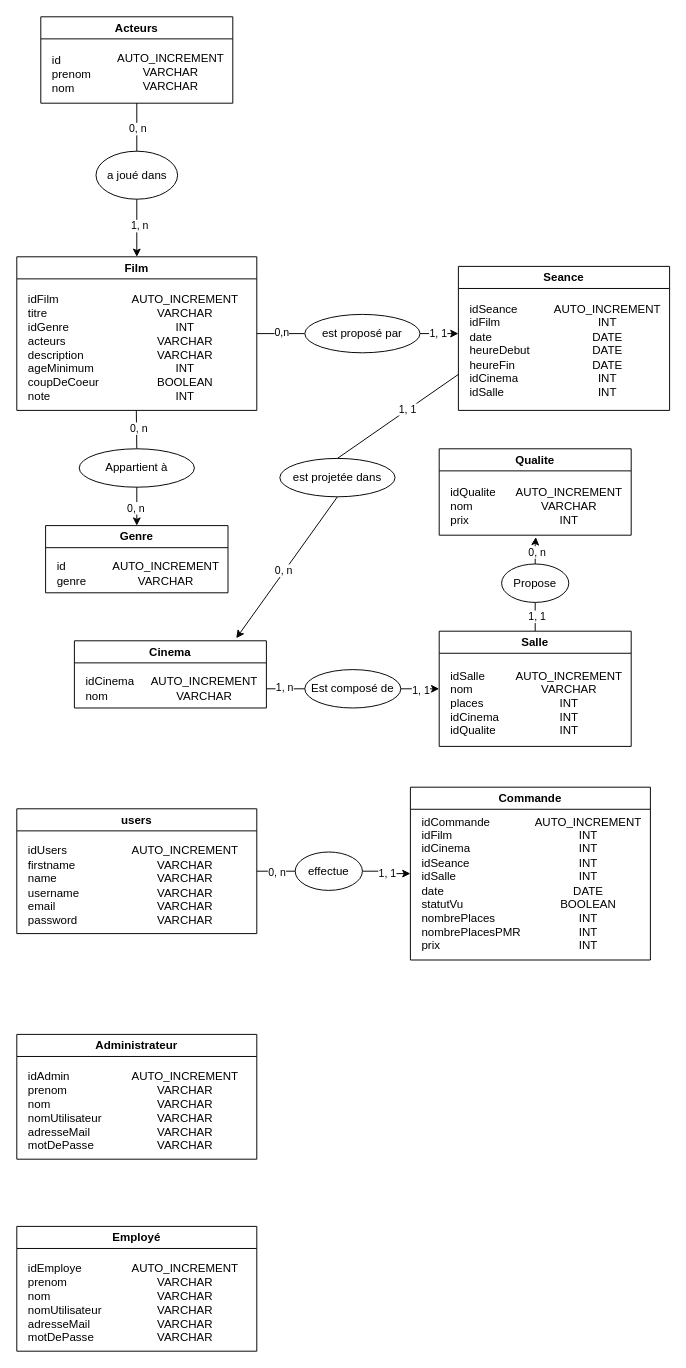
This is MCD.drawio from Thifanie/cinephoria, a draw.io file, before an edit. Source tidied: cells renumbered, new cells numbered last; positions are measured from the earlier drawing's top-left corner, leaving out a move shared by most shapes. Both pictures are drawn from the tidied source at 96%, with x=0, y=0 at pixel (16, 16).
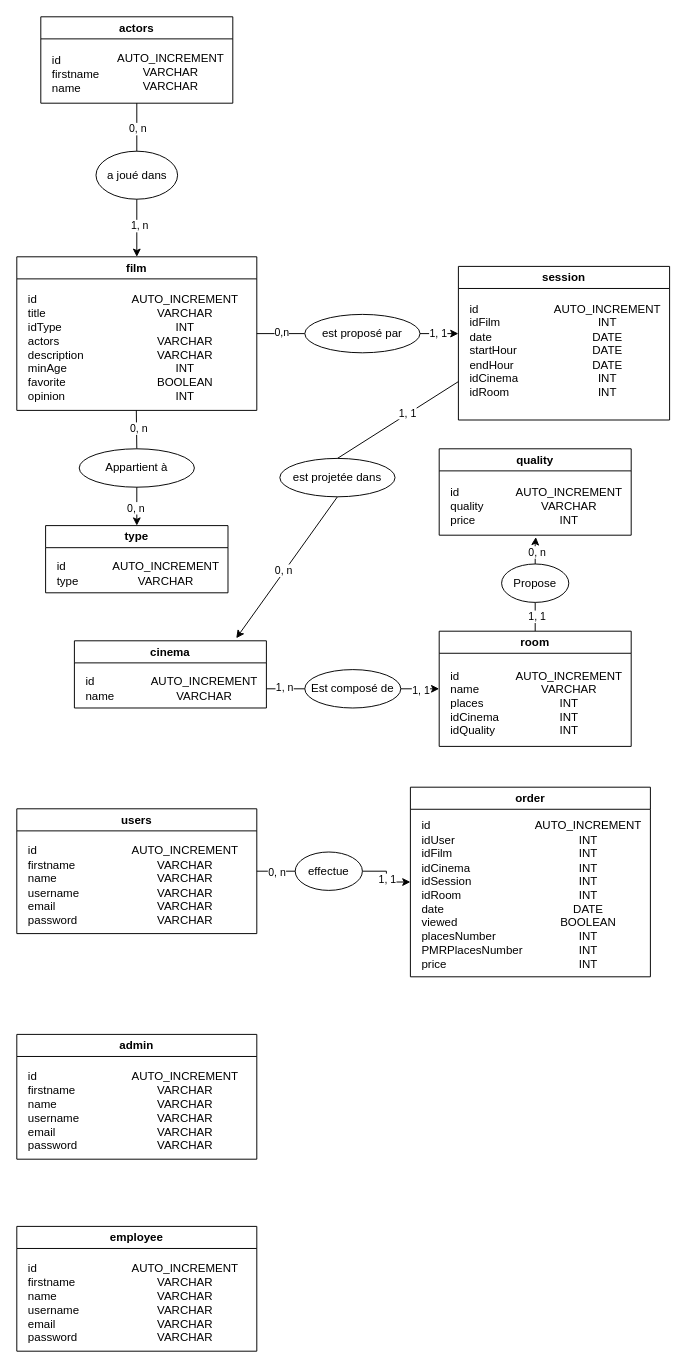
The same page after the edit.

Commit message:
Mettre à jour MCD.drawio

Unchanged cells that the change refers to:
```xml
<mxCell id="4" value="users" style="swimlane;whiteSpace=wrap;html=1;fillColor=#FFFFFF;gradientColor=none;swimlaneLine=1;rounded=0;shadow=0;glass=0;startSize=23;" parent="1" vertex="1">
  <mxGeometry y="825" width="250" height="130" as="geometry" />
</mxCell>
```

Change to the diagram source:
```diff
@@
-    <mxCell id="6" value="idUsers&lt;div&gt;firstname&lt;div&gt;name&lt;/div&gt;&lt;/div&gt;&lt;div style=&quot;&quot;&gt;username&lt;/div&gt;&lt;div&gt;email&lt;/div&gt;&lt;div&gt;password&lt;/div&gt;" style="text;html=1;align=left;verticalAlign=middle;strokeColor=none;fillColor=none;" parent="4" vertex="1">
+    <mxCell id="6" value="id&lt;div&gt;firstname&lt;div&gt;name&lt;/div&gt;&lt;/div&gt;&lt;div style=&quot;&quot;&gt;username&lt;/div&gt;&lt;div&gt;email&lt;/div&gt;&lt;div&gt;password&lt;/div&gt;" style="text;html=1;align=left;verticalAlign=middle;strokeColor=none;fillColor=none;" parent="4" vertex="1">
       <mxGeometry x="10" y="30" width="80" height="100" as="geometry" />
     </mxCell>
@@
-    <mxCell id="9" value="Film" style="swimlane;whiteSpace=wrap;html=1;fillColor=#FFFFFF;gradientColor=none;swimlaneLine=1;rounded=0;shadow=0;glass=0;" parent="1" vertex="1">
+    <mxCell id="9" value="film" style="swimlane;whiteSpace=wrap;html=1;fillColor=#FFFFFF;gradientColor=none;swimlaneLine=1;rounded=0;shadow=0;glass=0;startSize=23;" parent="1" vertex="1">
       <mxGeometry y="250" width="250" height="160" as="geometry" />
     </mxCell>
@@
-    <mxCell id="11" value="idFilm&lt;div&gt;titre&lt;div&gt;idGenre&lt;/div&gt;&lt;/div&gt;&lt;div style=&quot;&quot;&gt;acteurs&lt;/div&gt;&lt;div&gt;description&lt;/div&gt;&lt;div&gt;ageMinimum&lt;/div&gt;&lt;div&gt;coupDeCoeur&lt;/div&gt;&lt;div&gt;note&lt;/div&gt;" style="text;html=1;align=left;verticalAlign=middle;strokeColor=none;fillColor=none;" parent="9" vertex="1">
-      <mxGeometry x="10" y="30" width="100" height="130" as="geometry" />
+    <mxCell id="11" value="id&lt;div&gt;title&lt;div&gt;idType&lt;/div&gt;&lt;/div&gt;&lt;div style=&quot;&quot;&gt;actors&lt;/div&gt;&lt;div&gt;description&lt;/div&gt;&lt;div&gt;minAge&lt;/div&gt;&lt;div&gt;favorite&lt;/div&gt;&lt;div&gt;opinion&lt;/div&gt;" style="text;html=1;align=left;verticalAlign=middle;strokeColor=none;fillColor=none;" parent="9" vertex="1">
+      <mxGeometry x="10" y="30" width="80" height="130" as="geometry" />
     </mxCell>
@@
-    <mxCell id="14" value="Seance" style="swimlane;whiteSpace=wrap;html=1;fillColor=#FFFFFF;gradientColor=none;swimlaneLine=1;rounded=0;shadow=0;glass=0;" parent="1" vertex="1">
-      <mxGeometry x="460" y="260" width="220" height="150" as="geometry" />
+    <mxCell id="14" value="session" style="swimlane;whiteSpace=wrap;html=1;fillColor=#FFFFFF;gradientColor=none;swimlaneLine=1;rounded=0;shadow=0;glass=0;" parent="1" vertex="1">
+      <mxGeometry x="460" y="260" width="220" height="160" as="geometry" />
     </mxCell>
@@
-    <mxCell id="16" value="idSeance&lt;div&gt;idFilm&lt;br&gt;&lt;div&gt;date&lt;/div&gt;&lt;/div&gt;&lt;div style=&quot;&quot;&gt;heureDebut&lt;/div&gt;&lt;div&gt;heureFin&lt;/div&gt;&lt;div&gt;idCinema&lt;/div&gt;&lt;div&gt;idSalle&lt;/div&gt;&lt;div&gt;&lt;br&gt;&lt;/div&gt;" style="text;html=1;align=left;verticalAlign=middle;strokeColor=none;fillColor=none;" parent="14" vertex="1">
-      <mxGeometry x="10" y="30" width="90" height="130" as="geometry" />
+    <mxCell id="16" value="id&lt;div&gt;idFilm&lt;br&gt;&lt;div&gt;date&lt;/div&gt;&lt;/div&gt;&lt;div style=&quot;&quot;&gt;startHour&lt;/div&gt;&lt;div&gt;endHour&lt;/div&gt;&lt;div&gt;idCinema&lt;/div&gt;&lt;div&gt;idRoom&lt;/div&gt;&lt;div&gt;&lt;br&gt;&lt;/div&gt;" style="text;html=1;align=left;verticalAlign=middle;strokeColor=none;fillColor=none;" parent="14" vertex="1">
+      <mxGeometry x="10" y="30" width="70" height="130" as="geometry" />
     </mxCell>
@@
-    <mxCell id="22" value="Salle" style="swimlane;whiteSpace=wrap;html=1;fillColor=#FFFFFF;gradientColor=none;swimlaneLine=1;rounded=0;shadow=0;glass=0;" parent="1" vertex="1">
+    <mxCell id="22" value="room" style="swimlane;whiteSpace=wrap;html=1;fillColor=#FFFFFF;gradientColor=none;swimlaneLine=1;rounded=0;shadow=0;glass=0;" parent="1" vertex="1">
       <mxGeometry x="440" y="640" width="200" height="120" as="geometry" />
     </mxCell>
@@
-    <mxCell id="24" value="idSalle&lt;div&gt;nom&lt;br&gt;&lt;div&gt;places&lt;/div&gt;&lt;/div&gt;&lt;div&gt;idCinema&lt;/div&gt;&lt;div&gt;idQualite&lt;/div&gt;" style="text;html=1;align=left;verticalAlign=middle;strokeColor=none;fillColor=none;" parent="22" vertex="1">
+    <mxCell id="24" value="id&lt;div&gt;name&lt;br&gt;&lt;div&gt;places&lt;/div&gt;&lt;/div&gt;&lt;div&gt;idCinema&lt;/div&gt;&lt;div&gt;idQuality&lt;/div&gt;" style="text;html=1;align=left;verticalAlign=middle;strokeColor=none;fillColor=none;" parent="22" vertex="1">
       <mxGeometry x="10" y="30" width="70" height="90" as="geometry" />
     </mxCell>
-    <mxCell id="25" value="Qualite" style="swimlane;whiteSpace=wrap;html=1;fillColor=#FFFFFF;gradientColor=none;swimlaneLine=1;rounded=0;shadow=0;glass=0;" parent="1" vertex="1">
+    <mxCell id="25" value="quality" style="swimlane;whiteSpace=wrap;html=1;fillColor=#FFFFFF;gradientColor=none;swimlaneLine=1;rounded=0;shadow=0;glass=0;" parent="1" vertex="1">
       <mxGeometry x="440" y="450" width="200" height="90" as="geometry" />
     </mxCell>
@@
-    <mxCell id="27" value="idQualite&lt;div&gt;nom&lt;br&gt;&lt;div&gt;prix&lt;/div&gt;&lt;/div&gt;" style="text;html=1;align=left;verticalAlign=middle;strokeColor=none;fillColor=none;" parent="25" vertex="1">
-      <mxGeometry x="10" y="30" width="70" height="60" as="geometry" />
+    <mxCell id="27" value="id&lt;div&gt;quality&lt;br&gt;&lt;div&gt;price&lt;/div&gt;&lt;/div&gt;" style="text;html=1;align=left;verticalAlign=middle;strokeColor=none;fillColor=none;" parent="25" vertex="1">
+      <mxGeometry x="10" y="30" width="60" height="60" as="geometry" />
     </mxCell>
-    <mxCell id="28" value="Cinema" style="swimlane;whiteSpace=wrap;html=1;fillColor=#FFFFFF;gradientColor=none;swimlaneLine=1;rounded=0;shadow=0;glass=0;" parent="1" vertex="1">
+    <mxCell id="28" value="cinema" style="swimlane;whiteSpace=wrap;html=1;fillColor=#FFFFFF;gradientColor=none;swimlaneLine=1;rounded=0;shadow=0;glass=0;" parent="1" vertex="1">
       <mxGeometry x="60" y="650" width="200" height="70" as="geometry" />
     </mxCell>
@@
-    <mxCell id="30" value="idCinema&lt;div&gt;nom&lt;/div&gt;" style="text;html=1;align=left;verticalAlign=middle;strokeColor=none;fillColor=none;" parent="28" vertex="1">
-      <mxGeometry x="10" y="30" width="70" height="40" as="geometry" />
+    <mxCell id="30" value="id&lt;div&gt;name&lt;/div&gt;" style="text;html=1;align=left;verticalAlign=middle;strokeColor=none;fillColor=none;" parent="28" vertex="1">
+      <mxGeometry x="10" y="30" width="50" height="40" as="geometry" />
     </mxCell>
@@
-    <mxCell id="40" value="Genre" style="swimlane;whiteSpace=wrap;html=1;fillColor=#FFFFFF;gradientColor=none;swimlaneLine=1;rounded=0;shadow=0;glass=0;" parent="1" vertex="1">
+    <mxCell id="40" value="type" style="swimlane;whiteSpace=wrap;html=1;fillColor=#FFFFFF;gradientColor=none;swimlaneLine=1;rounded=0;shadow=0;glass=0;" parent="1" vertex="1">
       <mxGeometry x="30" y="530" width="190" height="70" as="geometry" />
     </mxCell>
@@
-    <mxCell id="42" value="id&lt;div&gt;genre&lt;/div&gt;" style="text;html=1;align=left;verticalAlign=middle;strokeColor=none;fillColor=none;" parent="40" vertex="1">
+    <mxCell id="42" value="id&lt;div&gt;type&lt;/div&gt;" style="text;html=1;align=left;verticalAlign=middle;strokeColor=none;fillColor=none;" parent="40" vertex="1">
       <mxGeometry x="10" y="30" width="50" height="40" as="geometry" />
     </mxCell>
@@
-    <mxCell id="50" value="Commande" style="swimlane;whiteSpace=wrap;html=1;fillColor=#FFFFFF;gradientColor=none;swimlaneLine=1;rounded=0;shadow=0;glass=0;" parent="1" vertex="1">
-      <mxGeometry x="410" y="802.5" width="250" height="180" as="geometry" />
+    <mxCell id="50" value="order" style="swimlane;whiteSpace=wrap;html=1;fillColor=#FFFFFF;gradientColor=none;swimlaneLine=1;rounded=0;shadow=0;glass=0;" parent="1" vertex="1">
+      <mxGeometry x="410" y="802.5" width="250" height="197.5" as="geometry" />
     </mxCell>
-    <mxCell id="51" value="AUTO_INCREMENT&lt;div&gt;INT&lt;/div&gt;&lt;div&gt;INT&lt;/div&gt;&lt;div&gt;INT&lt;/div&gt;&lt;div&gt;INT&lt;/div&gt;&lt;div&gt;DATE&lt;/div&gt;&lt;div&gt;BOOLEAN&lt;/div&gt;&lt;div&gt;INT&lt;/div&gt;&lt;div&gt;INT&lt;/div&gt;&lt;div&gt;INT&lt;/div&gt;" style="text;html=1;align=center;verticalAlign=middle;strokeColor=none;fillColor=none;" parent="50" vertex="1">
-      <mxGeometry x="120" y="20" width="130" height="160" as="geometry" />
+    <mxCell id="51" value="AUTO_INCREMENT&lt;div&gt;INT&lt;/div&gt;&lt;div&gt;INT&lt;/div&gt;&lt;div&gt;INT&lt;/div&gt;&lt;div&gt;INT&lt;/div&gt;&lt;div&gt;INT&lt;/div&gt;&lt;div&gt;DATE&lt;/div&gt;&lt;div&gt;BOOLEAN&lt;/div&gt;&lt;div&gt;INT&lt;/div&gt;&lt;div&gt;INT&lt;/div&gt;&lt;div&gt;INT&lt;/div&gt;" style="text;html=1;align=center;verticalAlign=middle;strokeColor=none;fillColor=none;" parent="50" vertex="1">
+      <mxGeometry x="120" y="27.5" width="130" height="170" as="geometry" />
     </mxCell>
-    <mxCell id="52" value="idCommande&lt;div&gt;idFilm&lt;/div&gt;&lt;div&gt;idCinema&lt;br&gt;&lt;div&gt;idSeance&lt;/div&gt;&lt;/div&gt;&lt;div&gt;idSalle&lt;/div&gt;&lt;div&gt;date&lt;/div&gt;&lt;div&gt;statutVu&lt;/div&gt;&lt;div&gt;nombrePlaces&lt;/div&gt;&lt;div&gt;nombrePlacesPMR&lt;/div&gt;&lt;div&gt;prix&amp;nbsp;&lt;/div&gt;" style="text;html=1;align=left;verticalAlign=middle;strokeColor=none;fillColor=none;" parent="50" vertex="1">
-      <mxGeometry x="10" y="20" width="130" height="160" as="geometry" />
+    <mxCell id="52" value="id&lt;div&gt;idUser&lt;br&gt;&lt;div&gt;idFilm&lt;/div&gt;&lt;div&gt;idCinema&lt;br&gt;&lt;div&gt;idSession&lt;/div&gt;&lt;/div&gt;&lt;div&gt;idRoom&lt;/div&gt;&lt;div&gt;date&lt;/div&gt;&lt;div&gt;viewed&lt;/div&gt;&lt;div&gt;placesNumber&lt;/div&gt;&lt;div&gt;PMRPlacesNumber&lt;/div&gt;&lt;div&gt;price&lt;/div&gt;&lt;/div&gt;" style="text;html=1;align=left;verticalAlign=middle;strokeColor=none;fillColor=none;" parent="50" vertex="1">
+      <mxGeometry x="10" y="27.5" width="130" height="170" as="geometry" />
     </mxCell>
@@
-    <mxCell id="56" value="Administrateur" style="swimlane;whiteSpace=wrap;html=1;fillColor=#FFFFFF;gradientColor=none;swimlaneLine=1;rounded=0;shadow=0;glass=0;startSize=23;" parent="1" vertex="1">
+    <mxCell id="56" value="admin" style="swimlane;whiteSpace=wrap;html=1;fillColor=#FFFFFF;gradientColor=none;swimlaneLine=1;rounded=0;shadow=0;glass=0;startSize=23;" parent="1" vertex="1">
       <mxGeometry y="1060" width="250" height="130" as="geometry" />
     </mxCell>
@@
-    <mxCell id="58" value="idAdmin&lt;div&gt;prenom&lt;div&gt;nom&lt;/div&gt;&lt;/div&gt;&lt;div style=&quot;&quot;&gt;nomUtilisateur&lt;/div&gt;&lt;div&gt;adresseMail&lt;/div&gt;&lt;div&gt;motDePasse&lt;/div&gt;" style="text;html=1;align=left;verticalAlign=middle;strokeColor=none;fillColor=none;" parent="56" vertex="1">
-      <mxGeometry x="10" y="30" width="100" height="100" as="geometry" />
+    <mxCell id="58" value="&lt;div&gt;id&lt;/div&gt;&lt;div&gt;firstname&lt;br&gt;&lt;div&gt;name&lt;/div&gt;&lt;/div&gt;&lt;div style=&quot;&quot;&gt;username&lt;/div&gt;&lt;div&gt;email&lt;/div&gt;&lt;div&gt;password&lt;/div&gt;" style="text;html=1;align=left;verticalAlign=middle;strokeColor=none;fillColor=none;" parent="56" vertex="1">
+      <mxGeometry x="10" y="30" width="80" height="100" as="geometry" />
     </mxCell>
-    <mxCell id="59" value="Employé" style="swimlane;whiteSpace=wrap;html=1;fillColor=#FFFFFF;gradientColor=none;swimlaneLine=1;rounded=0;shadow=0;glass=0;startSize=23;" parent="1" vertex="1">
+    <mxCell id="59" value="employee" style="swimlane;whiteSpace=wrap;html=1;fillColor=#FFFFFF;gradientColor=none;swimlaneLine=1;rounded=0;shadow=0;glass=0;startSize=23;" parent="1" vertex="1">
       <mxGeometry y="1260" width="250" height="130" as="geometry" />
     </mxCell>
@@
-    <mxCell id="61" value="idEmploye&lt;div&gt;prenom&lt;div&gt;nom&lt;/div&gt;&lt;/div&gt;&lt;div style=&quot;&quot;&gt;nomUtilisateur&lt;/div&gt;&lt;div&gt;adresseMail&lt;/div&gt;&lt;div&gt;motDePasse&lt;/div&gt;" style="text;html=1;align=left;verticalAlign=middle;strokeColor=none;fillColor=none;" parent="59" vertex="1">
-      <mxGeometry x="10" y="30" width="100" height="100" as="geometry" />
+    <mxCell id="61" value="id&lt;div&gt;firstname&lt;br&gt;&lt;div&gt;name&lt;/div&gt;&lt;/div&gt;&lt;div style=&quot;&quot;&gt;username&lt;/div&gt;&lt;div&gt;email&lt;/div&gt;&lt;div&gt;password&lt;/div&gt;" style="text;html=1;align=left;verticalAlign=middle;strokeColor=none;fillColor=none;" parent="59" vertex="1">
+      <mxGeometry x="10" y="30" width="80" height="100" as="geometry" />
     </mxCell>
@@
-    <mxCell id="65" value="Acteurs" style="swimlane;whiteSpace=wrap;html=1;fillColor=#FFFFFF;gradientColor=none;swimlaneLine=1;rounded=0;shadow=0;glass=0;startSize=23;" parent="1" vertex="1">
+    <mxCell id="65" value="actors" style="swimlane;whiteSpace=wrap;html=1;fillColor=#FFFFFF;gradientColor=none;swimlaneLine=1;rounded=0;shadow=0;glass=0;startSize=23;" parent="1" vertex="1">
       <mxGeometry x="25" width="200" height="90" as="geometry" />
     </mxCell>
@@
-    <mxCell id="67" value="id&lt;div&gt;prenom&lt;div&gt;nom&lt;/div&gt;&lt;/div&gt;" style="text;html=1;align=left;verticalAlign=middle;strokeColor=none;fillColor=none;" parent="65" vertex="1">
-      <mxGeometry x="10" y="30" width="60" height="60" as="geometry" />
+    <mxCell id="67" value="id&lt;div&gt;firstname&lt;br&gt;&lt;div&gt;name&lt;/div&gt;&lt;/div&gt;" style="text;html=1;align=left;verticalAlign=middle;strokeColor=none;fillColor=none;" parent="65" vertex="1">
+      <mxGeometry x="10" y="30" width="70" height="60" as="geometry" />
     </mxCell>
```
